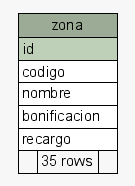
diegopablomansilla/massoftware_front keeps this Graphviz diagram as postgresql/schemaSpy/salida/diagrams/summary/zona.1degree.png. Above is the earlier version. Its source is kept beside it as postgresql/schemaSpy/salida/diagrams/summary/zona.1degree.dot. The source it was exported from:
```dot
digraph "zona" {
  graph [
    rankdir="RL"
    bgcolor="#f7f7f7"
    nodesep="0.18"
    ranksep="0.46"
    fontname="Helvetica"
    fontsize="11"
  ];
  node [
    fontname="Helvetica"
    fontsize="11"
    shape="plaintext"
  ];
  edge [
    arrowsize="0.8"
  ];
  "zona" [
    label=<
    <TABLE BORDER="0" CELLBORDER="1" CELLSPACING="0" BGCOLOR="#ffffff">
      <TR><TD COLSPAN="3" BGCOLOR="#9bab96" ALIGN="CENTER">zona</TD></TR>
      <TR><TD PORT="id" COLSPAN="3" BGCOLOR="#bed1b8" ALIGN="LEFT">id</TD></TR>
      <TR><TD PORT="codigo" COLSPAN="3" ALIGN="LEFT">codigo</TD></TR>
      <TR><TD PORT="nombre" COLSPAN="3" ALIGN="LEFT">nombre</TD></TR>
      <TR><TD PORT="bonificacion" COLSPAN="3" ALIGN="LEFT">bonificacion</TD></TR>
      <TR><TD PORT="recargo" COLSPAN="3" ALIGN="LEFT">recargo</TD></TR>
      <TR><TD ALIGN="LEFT" BGCOLOR="#f7f7f7">  </TD><TD ALIGN="RIGHT" BGCOLOR="#f7f7f7">35 rows</TD><TD ALIGN="RIGHT" BGCOLOR="#f7f7f7">  </TD></TR>
    </TABLE>>
    URL="tables/zona.html"
    tooltip="zona"
  ];
}
```
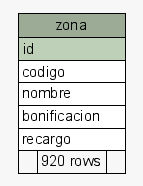
The same file after the commit.

Diff of the diagram source:
```diff
@@ -24,7 +24,7 @@
       <TR><TD PORT="nombre" COLSPAN="3" ALIGN="LEFT">nombre</TD></TR>
       <TR><TD PORT="bonificacion" COLSPAN="3" ALIGN="LEFT">bonificacion</TD></TR>
       <TR><TD PORT="recargo" COLSPAN="3" ALIGN="LEFT">recargo</TD></TR>
-      <TR><TD ALIGN="LEFT" BGCOLOR="#f7f7f7">  </TD><TD ALIGN="RIGHT" BGCOLOR="#f7f7f7">35 rows</TD><TD ALIGN="RIGHT" BGCOLOR="#f7f7f7">  </TD></TR>
+      <TR><TD ALIGN="LEFT" BGCOLOR="#f7f7f7">  </TD><TD ALIGN="RIGHT" BGCOLOR="#f7f7f7">920 rows</TD><TD ALIGN="RIGHT" BGCOLOR="#f7f7f7">  </TD></TR>
     </TABLE>>
     URL="tables/zona.html"
     tooltip="zona"
```
